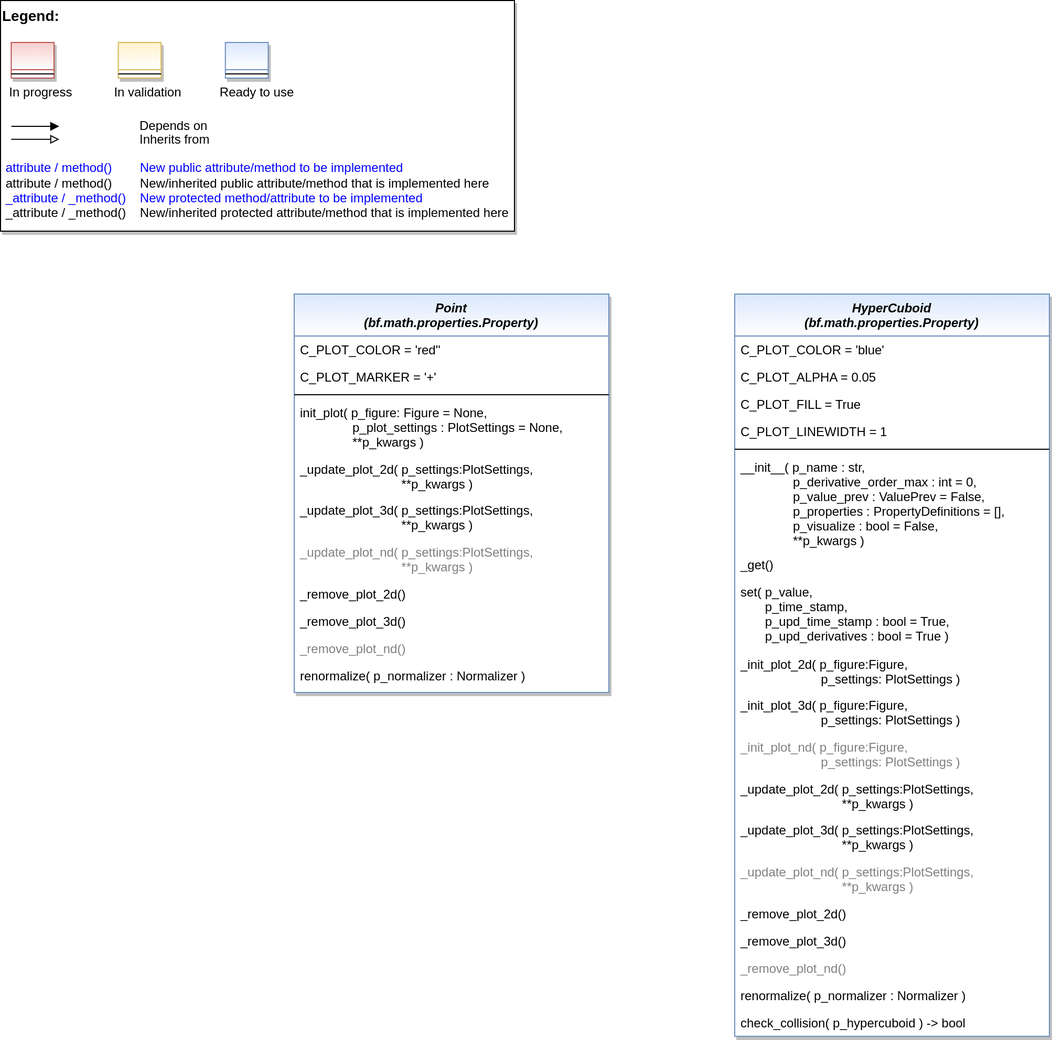
Earlier version of the draw.io export doc/rtd/content/99_appendices/appendix2/sub/mlpro_bf/layer2_mathematics/images/MLPro-BF-Math-Geometry_class_diagram.drawio.png (fhswf/MLPro). Source tidied: cells renumbered, new cells last; positions are measured from the earlier drawing's top-left corner, leaving out a move shared by most shapes. The source it was exported from:
```xml
<mxGraphModel>
  <root>
    <mxCell id="0" />
    <mxCell id="1" parent="0" />
    <mxCell id="2" style="group;" parent="1" vertex="1">
      <mxGeometry width="490" height="220" as="geometry" />
    </mxCell>
    <mxCell id="3" value="&lt;font color=&quot;#000000&quot; size=&quot;1&quot;&gt;&lt;b style=&quot;font-size: 14px&quot;&gt;Legend:&lt;br&gt;&lt;/b&gt;&lt;/font&gt;&lt;br&gt;&lt;br&gt;&lt;br&gt;&lt;font color=&quot;#0000ff&quot; style=&quot;font-size: 6px&quot;&gt;&lt;br&gt;&lt;/font&gt;&lt;span style=&quot;color: rgb(0 , 0 , 0)&quot;&gt;&lt;font style=&quot;font-size: 4px&quot;&gt;&amp;nbsp; &amp;nbsp;&lt;/font&gt;&amp;nbsp;In progress&amp;nbsp; &amp;nbsp; &amp;nbsp; &amp;nbsp; &amp;nbsp; &amp;nbsp; In validation&amp;nbsp; &amp;nbsp; &amp;nbsp; &amp;nbsp; &amp;nbsp; &amp;nbsp;Ready to use&lt;/span&gt;&lt;font color=&quot;#000000&quot;&gt;&amp;nbsp;&lt;br&gt;&lt;/font&gt;&lt;font color=&quot;#0000ff&quot;&gt;&lt;br&gt;&lt;br&gt;&lt;br&gt;&lt;br&gt;&amp;nbsp;attribute / method()&amp;nbsp; &amp;nbsp; &amp;nbsp; &amp;nbsp; New public attribute/method to be implemented&lt;/font&gt;&lt;br&gt;&lt;font color=&quot;#000000&quot;&gt;&amp;nbsp;&lt;/font&gt;&lt;font color=&quot;#000000&quot;&gt;attribute / method()&lt;span&gt;&#9;&lt;/span&gt;&amp;nbsp; &amp;nbsp; &amp;nbsp; &amp;nbsp;New/inherited public attribute/method that is implemented here&lt;br&gt;&lt;/font&gt;&lt;font color=&quot;#0000ff&quot;&gt;&amp;nbsp;_attribute /&amp;nbsp;&lt;/font&gt;&lt;font color=&quot;#0000ff&quot;&gt;_method()&amp;nbsp; &amp;nbsp; New protected method/attribute to be implemented&lt;/font&gt;&lt;br&gt;&lt;font color=&quot;#000000&quot;&gt;&amp;nbsp;_attribute / _method()&amp;nbsp; &amp;nbsp; New/inherited protected attribute/method that is implemented here&lt;br&gt;&lt;/font&gt;&lt;font color=&quot;#000000&quot;&gt;&lt;br&gt;&lt;br&gt;&lt;br&gt;&lt;br&gt;&lt;br&gt;&lt;/font&gt;" style="text;html=1;align=left;verticalAlign=top;whiteSpace=wrap;rounded=0;fontColor=#006600;strokeColor=#000000;shadow=1;fillColor=#ffffff;" parent="2" vertex="1">
      <mxGeometry width="490" height="220" as="geometry" />
    </mxCell>
    <mxCell id="4" value="Depends on" style="endArrow=block;html=1;labelPosition=right;verticalLabelPosition=middle;align=left;verticalAlign=middle;endFill=1;fontSize=12;" parent="2" edge="1">
      <mxGeometry x="-1623.1" y="-2180" as="geometry">
        <mxPoint x="10.2" y="120" as="sourcePoint" />
        <mxPoint x="56" y="120" as="targetPoint" />
        <Array as="points">
          <mxPoint x="30.6" y="120" />
        </Array>
        <mxPoint x="98" as="offset" />
      </mxGeometry>
    </mxCell>
    <mxCell id="5" value="Inherits from" style="endArrow=block;html=1;labelPosition=right;verticalLabelPosition=middle;align=left;verticalAlign=middle;endFill=0;fontSize=12;" parent="2" edge="1">
      <mxGeometry x="-1623.1" y="-2180" as="geometry">
        <mxPoint x="10.2" y="132.4" as="sourcePoint" />
        <mxPoint x="56" y="132.4" as="targetPoint" />
        <mxPoint x="98" y="1" as="offset" />
      </mxGeometry>
    </mxCell>
    <mxCell id="6" style="swimlane;fontStyle=3;align=center;verticalAlign=top;horizontal=1;startSize=26;rounded=0;shadow=1;strokeWidth=1;fillColor=#f8cecc;strokeColor=#b85450;gradientColor=#ffffff;swimlaneFillColor=#ffffff;" parent="2" vertex="1">
      <mxGeometry x="10.2" y="40" width="40.8" height="34" as="geometry" />
    </mxCell>
    <mxCell id="7" style="line;html=1;strokeWidth=1;align=left;verticalAlign=middle;spacingTop=-1;spacingLeft=3;spacingRight=3;labelPosition=right;" parent="6" vertex="1">
      <mxGeometry y="26" width="40.8" height="8" as="geometry" />
    </mxCell>
    <mxCell id="8" style="swimlane;fontStyle=3;align=center;verticalAlign=top;horizontal=1;startSize=26;rounded=0;shadow=1;strokeWidth=1;fillColor=#fff2cc;strokeColor=#d6b656;gradientColor=#ffffff;swimlaneFillColor=#ffffff;" parent="2" vertex="1">
      <mxGeometry x="112.3" y="40" width="40.8" height="34" as="geometry" />
    </mxCell>
    <mxCell id="9" style="line;html=1;strokeWidth=1;align=left;verticalAlign=middle;spacingTop=-1;spacingLeft=3;spacingRight=3;labelPosition=right;" parent="8" vertex="1">
      <mxGeometry y="26" width="40.8" height="8" as="geometry" />
    </mxCell>
    <mxCell id="10" style="swimlane;fontStyle=3;align=center;verticalAlign=top;horizontal=1;startSize=26;rounded=0;shadow=1;strokeWidth=1;fillColor=#dae8fc;strokeColor=#6c8ebf;gradientColor=#ffffff;swimlaneFillColor=#ffffff;" parent="2" vertex="1">
      <mxGeometry x="214.4" y="40" width="40.8" height="34" as="geometry" />
    </mxCell>
    <mxCell id="11" style="line;html=1;strokeWidth=1;align=left;verticalAlign=middle;spacingTop=-1;spacingLeft=3;spacingRight=3;labelPosition=right;" parent="10" vertex="1">
      <mxGeometry y="26" width="40.8" height="8" as="geometry" />
    </mxCell>
    <mxCell id="12" value="Point &#10;(bf.math.properties.Property)" style="swimlane;fontStyle=3;align=center;verticalAlign=top;horizontal=1;startSize=40;rounded=0;shadow=1;strokeWidth=1;fillColor=#dae8fc;strokeColor=#6c8ebf;swimlaneFillColor=#ffffff;gradientColor=#FFFFFF;" parent="1" vertex="1">
      <mxGeometry x="280" y="280" width="300" height="380" as="geometry" />
    </mxCell>
    <mxCell id="13" value="C_PLOT_COLOR = 'red''" style="text;align=left;verticalAlign=top;spacingLeft=4;spacingRight=4;overflow=hidden;" parent="12" vertex="1">
      <mxGeometry y="40" width="300" height="26" as="geometry" />
    </mxCell>
    <mxCell id="14" value="C_PLOT_MARKER = '+'" style="text;align=left;verticalAlign=top;spacingLeft=4;spacingRight=4;overflow=hidden;" parent="12" vertex="1">
      <mxGeometry y="66" width="300" height="26" as="geometry" />
    </mxCell>
    <mxCell id="15" style="line;html=1;strokeWidth=1;align=left;verticalAlign=middle;spacingTop=-1;spacingLeft=3;spacingRight=3;labelPosition=right;" parent="12" vertex="1">
      <mxGeometry y="92" width="300" height="8" as="geometry" />
    </mxCell>
    <mxCell id="16" value="init_plot( p_figure: Figure = None, &#10;               p_plot_settings : PlotSettings = None,&#10;               **p_kwargs )" style="text;align=left;verticalAlign=top;spacingLeft=4;spacingRight=4;overflow=hidden;fontColor=default;" parent="12" vertex="1">
      <mxGeometry y="100" width="300" height="54" as="geometry" />
    </mxCell>
    <mxCell id="17" value="_update_plot_2d( p_settings:PlotSettings,&#10;                             **p_kwargs )" style="text;align=left;verticalAlign=top;spacingLeft=4;spacingRight=4;overflow=hidden;fontColor=default;" parent="12" vertex="1">
      <mxGeometry y="154" width="300" height="39" as="geometry" />
    </mxCell>
    <mxCell id="18" value="_update_plot_3d( p_settings:PlotSettings,&#10;                             **p_kwargs )" style="text;align=left;verticalAlign=top;spacingLeft=4;spacingRight=4;overflow=hidden;fontColor=default;" parent="12" vertex="1">
      <mxGeometry y="193" width="300" height="40" as="geometry" />
    </mxCell>
    <mxCell id="19" value="_update_plot_nd( p_settings:PlotSettings,&#10;                             **p_kwargs )" style="text;align=left;verticalAlign=top;spacingLeft=4;spacingRight=4;overflow=hidden;fontColor=#808080;" parent="12" vertex="1">
      <mxGeometry y="233" width="300" height="40" as="geometry" />
    </mxCell>
    <mxCell id="20" value="_remove_plot_2d()" style="text;align=left;verticalAlign=top;spacingLeft=4;spacingRight=4;overflow=hidden;" parent="12" vertex="1">
      <mxGeometry y="273" width="300" height="26" as="geometry" />
    </mxCell>
    <mxCell id="21" value="_remove_plot_3d()" style="text;align=left;verticalAlign=top;spacingLeft=4;spacingRight=4;overflow=hidden;" parent="12" vertex="1">
      <mxGeometry y="299" width="300" height="26" as="geometry" />
    </mxCell>
    <mxCell id="22" value="_remove_plot_nd()" style="text;align=left;verticalAlign=top;spacingLeft=4;spacingRight=4;overflow=hidden;fontColor=#808080;" parent="12" vertex="1">
      <mxGeometry y="325" width="300" height="26" as="geometry" />
    </mxCell>
    <mxCell id="23" value="renormalize( p_normalizer : Normalizer )" style="text;align=left;verticalAlign=top;spacingLeft=4;spacingRight=4;overflow=hidden;" parent="12" vertex="1">
      <mxGeometry y="351" width="300" height="26" as="geometry" />
    </mxCell>
    <mxCell id="24" value="HyperCuboid &#10;(bf.math.properties.Property)" style="swimlane;fontStyle=3;align=center;verticalAlign=top;horizontal=1;startSize=40;rounded=0;shadow=1;strokeWidth=1;fillColor=#dae8fc;strokeColor=#6c8ebf;swimlaneFillColor=#ffffff;gradientColor=#FFFFFF;" parent="1" vertex="1">
      <mxGeometry x="700" y="280" width="300" height="708" as="geometry" />
    </mxCell>
    <mxCell id="25" value="C_PLOT_COLOR = 'blue'" style="text;align=left;verticalAlign=top;spacingLeft=4;spacingRight=4;overflow=hidden;" parent="24" vertex="1">
      <mxGeometry y="40" width="300" height="26" as="geometry" />
    </mxCell>
    <mxCell id="26" value="C_PLOT_ALPHA = 0.05" style="text;align=left;verticalAlign=top;spacingLeft=4;spacingRight=4;overflow=hidden;" parent="24" vertex="1">
      <mxGeometry y="66" width="300" height="26" as="geometry" />
    </mxCell>
    <mxCell id="27" value="C_PLOT_FILL = True" style="text;align=left;verticalAlign=top;spacingLeft=4;spacingRight=4;overflow=hidden;" parent="24" vertex="1">
      <mxGeometry y="92" width="300" height="26" as="geometry" />
    </mxCell>
    <mxCell id="28" value="C_PLOT_LINEWIDTH = 1" style="text;align=left;verticalAlign=top;spacingLeft=4;spacingRight=4;overflow=hidden;" parent="24" vertex="1">
      <mxGeometry y="118" width="300" height="26" as="geometry" />
    </mxCell>
    <mxCell id="29" style="line;html=1;strokeWidth=1;align=left;verticalAlign=middle;spacingTop=-1;spacingLeft=3;spacingRight=3;labelPosition=right;" parent="24" vertex="1">
      <mxGeometry y="144" width="300" height="8" as="geometry" />
    </mxCell>
    <mxCell id="30" value="__init__( p_name : str,&#10;               p_derivative_order_max : int = 0,&#10;               p_value_prev : ValuePrev = False,&#10;               p_properties : PropertyDefinitions = [],&#10;               p_visualize : bool = False,&#10;               **p_kwargs )" style="text;align=left;verticalAlign=top;spacingLeft=4;spacingRight=4;overflow=hidden;fontColor=default;" parent="24" vertex="1">
      <mxGeometry y="152" width="300" height="93" as="geometry" />
    </mxCell>
    <mxCell id="31" value="_get()" style="text;align=left;verticalAlign=top;spacingLeft=4;spacingRight=4;overflow=hidden;" parent="24" vertex="1">
      <mxGeometry y="245" width="300" height="26" as="geometry" />
    </mxCell>
    <mxCell id="32" value="set( p_value,&#10;       p_time_stamp,&#10;       p_upd_time_stamp : bool = True,&#10;       p_upd_derivatives : bool = True )" style="text;align=left;verticalAlign=top;spacingLeft=4;spacingRight=4;overflow=hidden;" parent="24" vertex="1">
      <mxGeometry y="271" width="300" height="69" as="geometry" />
    </mxCell>
    <mxCell id="33" value="_init_plot_2d( p_figure:Figure, &#10;                       p_settings: PlotSettings )" style="text;align=left;verticalAlign=top;spacingLeft=4;spacingRight=4;overflow=hidden;fontColor=default;" parent="24" vertex="1">
      <mxGeometry y="340" width="300" height="39" as="geometry" />
    </mxCell>
    <mxCell id="34" value="_init_plot_3d( p_figure:Figure, &#10;                       p_settings: PlotSettings )" style="text;align=left;verticalAlign=top;spacingLeft=4;spacingRight=4;overflow=hidden;fontColor=default;" parent="24" vertex="1">
      <mxGeometry y="379" width="300" height="40" as="geometry" />
    </mxCell>
    <mxCell id="35" value="_init_plot_nd( p_figure:Figure, &#10;                       p_settings: PlotSettings )" style="text;align=left;verticalAlign=top;spacingLeft=4;spacingRight=4;overflow=hidden;fontColor=#808080;" parent="24" vertex="1">
      <mxGeometry y="419" width="300" height="40" as="geometry" />
    </mxCell>
    <mxCell id="36" value="_update_plot_2d( p_settings:PlotSettings,&#10;                             **p_kwargs )" style="text;align=left;verticalAlign=top;spacingLeft=4;spacingRight=4;overflow=hidden;fontColor=default;" parent="24" vertex="1">
      <mxGeometry y="459" width="300" height="39" as="geometry" />
    </mxCell>
    <mxCell id="37" value="_update_plot_3d( p_settings:PlotSettings,&#10;                             **p_kwargs )" style="text;align=left;verticalAlign=top;spacingLeft=4;spacingRight=4;overflow=hidden;fontColor=default;" parent="24" vertex="1">
      <mxGeometry y="498" width="300" height="40" as="geometry" />
    </mxCell>
    <mxCell id="38" value="_update_plot_nd( p_settings:PlotSettings,&#10;                             **p_kwargs )" style="text;align=left;verticalAlign=top;spacingLeft=4;spacingRight=4;overflow=hidden;fontColor=#808080;" parent="24" vertex="1">
      <mxGeometry y="538" width="300" height="40" as="geometry" />
    </mxCell>
    <mxCell id="39" value="_remove_plot_2d()" style="text;align=left;verticalAlign=top;spacingLeft=4;spacingRight=4;overflow=hidden;" parent="24" vertex="1">
      <mxGeometry y="578" width="300" height="26" as="geometry" />
    </mxCell>
    <mxCell id="40" value="_remove_plot_3d()" style="text;align=left;verticalAlign=top;spacingLeft=4;spacingRight=4;overflow=hidden;" parent="24" vertex="1">
      <mxGeometry y="604" width="300" height="26" as="geometry" />
    </mxCell>
    <mxCell id="41" value="_remove_plot_nd()" style="text;align=left;verticalAlign=top;spacingLeft=4;spacingRight=4;overflow=hidden;fontColor=#808080;" parent="24" vertex="1">
      <mxGeometry y="630" width="300" height="26" as="geometry" />
    </mxCell>
    <mxCell id="42" value="renormalize( p_normalizer : Normalizer )" style="text;align=left;verticalAlign=top;spacingLeft=4;spacingRight=4;overflow=hidden;" parent="24" vertex="1">
      <mxGeometry y="656" width="300" height="26" as="geometry" />
    </mxCell>
    <mxCell id="43" value="check_collision( p_hypercuboid ) -&gt; bool" style="text;align=left;verticalAlign=top;spacingLeft=4;spacingRight=4;overflow=hidden;" parent="24" vertex="1">
      <mxGeometry y="682" width="300" height="26" as="geometry" />
    </mxCell>
  </root>
</mxGraphModel>
```
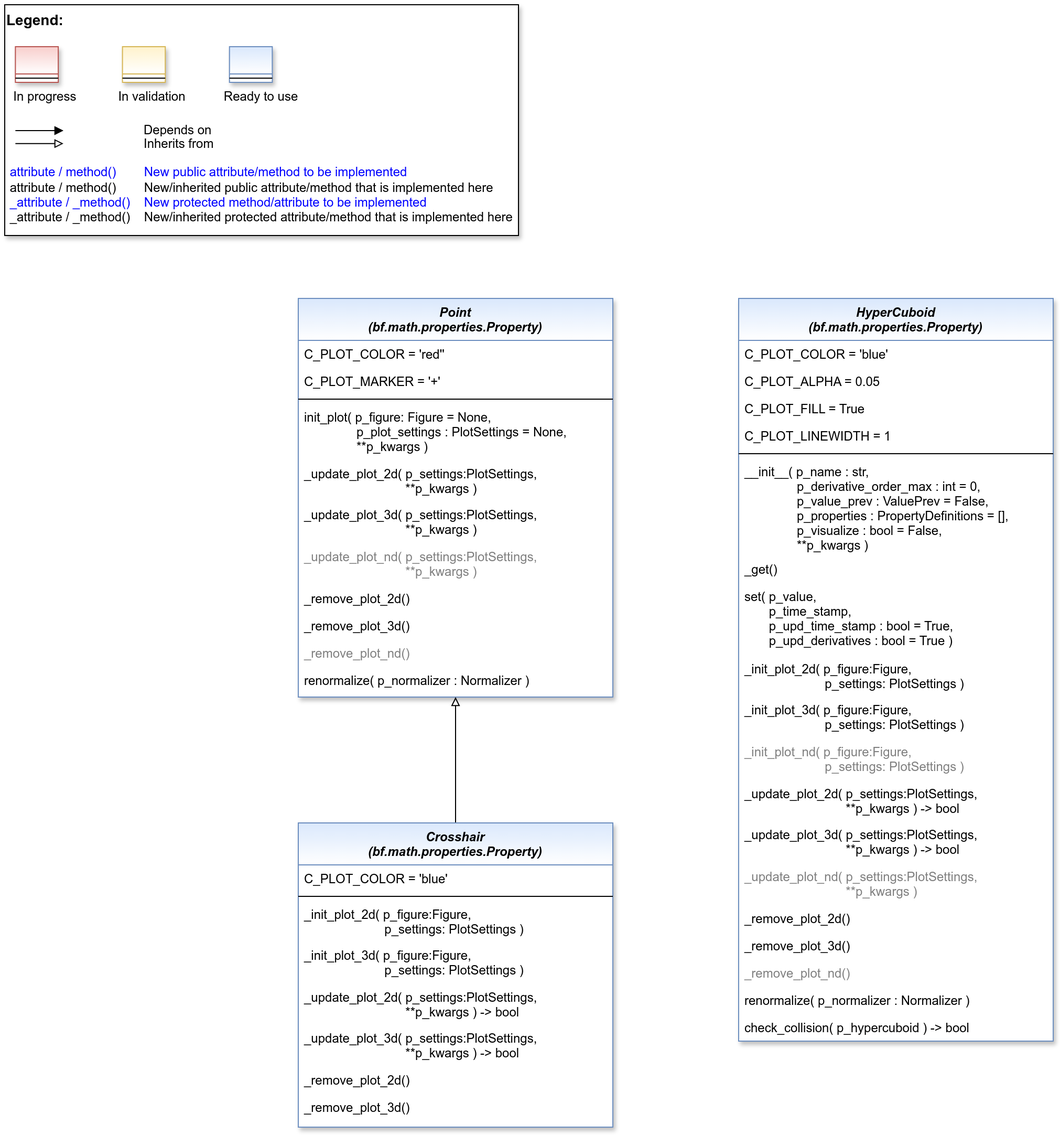
The same diagram one commit later.

The edit, as a diff of the source:
```diff
@@ -115,10 +115,10 @@
     <mxCell id="35" value="_init_plot_nd( p_figure:Figure, &#10;                       p_settings: PlotSettings )" style="text;align=left;verticalAlign=top;spacingLeft=4;spacingRight=4;overflow=hidden;fontColor=#808080;" parent="24" vertex="1">
       <mxGeometry y="419" width="300" height="40" as="geometry" />
     </mxCell>
-    <mxCell id="36" value="_update_plot_2d( p_settings:PlotSettings,&#10;                             **p_kwargs )" style="text;align=left;verticalAlign=top;spacingLeft=4;spacingRight=4;overflow=hidden;fontColor=default;" parent="24" vertex="1">
+    <mxCell id="36" value="_update_plot_2d( p_settings:PlotSettings,&#10;                             **p_kwargs ) -&gt; bool" style="text;align=left;verticalAlign=top;spacingLeft=4;spacingRight=4;overflow=hidden;fontColor=default;" parent="24" vertex="1">
       <mxGeometry y="459" width="300" height="39" as="geometry" />
     </mxCell>
-    <mxCell id="37" value="_update_plot_3d( p_settings:PlotSettings,&#10;                             **p_kwargs )" style="text;align=left;verticalAlign=top;spacingLeft=4;spacingRight=4;overflow=hidden;fontColor=default;" parent="24" vertex="1">
+    <mxCell id="37" value="_update_plot_3d( p_settings:PlotSettings,&#10;                             **p_kwargs ) -&gt; bool" style="text;align=left;verticalAlign=top;spacingLeft=4;spacingRight=4;overflow=hidden;fontColor=default;" parent="24" vertex="1">
       <mxGeometry y="498" width="300" height="40" as="geometry" />
     </mxCell>
     <mxCell id="38" value="_update_plot_nd( p_settings:PlotSettings,&#10;                             **p_kwargs )" style="text;align=left;verticalAlign=top;spacingLeft=4;spacingRight=4;overflow=hidden;fontColor=#808080;" parent="24" vertex="1">
@@ -139,5 +139,35 @@
     <mxCell id="43" value="check_collision( p_hypercuboid ) -&gt; bool" style="text;align=left;verticalAlign=top;spacingLeft=4;spacingRight=4;overflow=hidden;" parent="24" vertex="1">
       <mxGeometry y="682" width="300" height="26" as="geometry" />
     </mxCell>
+    <mxCell id="44" style="edgeStyle=orthogonalEdgeStyle;rounded=0;jettySize=auto;html=1;endArrow=block;endFill=0;" parent="1" edge="1" source="45" target="12">
+      <mxGeometry relative="1" as="geometry" />
+    </mxCell>
+    <mxCell id="45" value="Crosshair&#10;(bf.math.properties.Property)" style="swimlane;fontStyle=3;align=center;verticalAlign=top;horizontal=1;startSize=40;rounded=0;shadow=1;strokeWidth=1;fillColor=#dae8fc;strokeColor=#6c8ebf;swimlaneFillColor=#ffffff;gradientColor=#FFFFFF;" parent="1" vertex="1">
+      <mxGeometry x="280" y="780" width="300" height="290" as="geometry" />
+    </mxCell>
+    <mxCell id="46" value="C_PLOT_COLOR = 'blue'" style="text;align=left;verticalAlign=top;spacingLeft=4;spacingRight=4;overflow=hidden;" parent="45" vertex="1">
+      <mxGeometry y="40" width="300" height="26" as="geometry" />
+    </mxCell>
+    <mxCell id="47" style="line;html=1;strokeWidth=1;align=left;verticalAlign=middle;spacingTop=-1;spacingLeft=3;spacingRight=3;labelPosition=right;" parent="45" vertex="1">
+      <mxGeometry y="66" width="300" height="8" as="geometry" />
+    </mxCell>
+    <mxCell id="48" value="_init_plot_2d( p_figure:Figure, &#10;                       p_settings: PlotSettings )" style="text;align=left;verticalAlign=top;spacingLeft=4;spacingRight=4;overflow=hidden;fontColor=default;" parent="45" vertex="1">
+      <mxGeometry y="74" width="300" height="39" as="geometry" />
+    </mxCell>
+    <mxCell id="49" value="_init_plot_3d( p_figure:Figure, &#10;                       p_settings: PlotSettings )" style="text;align=left;verticalAlign=top;spacingLeft=4;spacingRight=4;overflow=hidden;fontColor=default;" parent="45" vertex="1">
+      <mxGeometry y="113" width="300" height="40" as="geometry" />
+    </mxCell>
+    <mxCell id="50" value="_update_plot_2d( p_settings:PlotSettings,&#10;                             **p_kwargs ) -&gt; bool" style="text;align=left;verticalAlign=top;spacingLeft=4;spacingRight=4;overflow=hidden;fontColor=default;" parent="45" vertex="1">
+      <mxGeometry y="153" width="300" height="39" as="geometry" />
+    </mxCell>
+    <mxCell id="51" value="_update_plot_3d( p_settings:PlotSettings,&#10;                             **p_kwargs ) -&gt; bool" style="text;align=left;verticalAlign=top;spacingLeft=4;spacingRight=4;overflow=hidden;fontColor=default;" parent="45" vertex="1">
+      <mxGeometry y="192" width="300" height="40" as="geometry" />
+    </mxCell>
+    <mxCell id="52" value="_remove_plot_2d()" style="text;align=left;verticalAlign=top;spacingLeft=4;spacingRight=4;overflow=hidden;" parent="45" vertex="1">
+      <mxGeometry y="232" width="300" height="26" as="geometry" />
+    </mxCell>
+    <mxCell id="53" value="_remove_plot_3d()" style="text;align=left;verticalAlign=top;spacingLeft=4;spacingRight=4;overflow=hidden;" parent="45" vertex="1">
+      <mxGeometry y="258" width="300" height="26" as="geometry" />
+    </mxCell>
   </root>
 </mxGraphModel>
```
